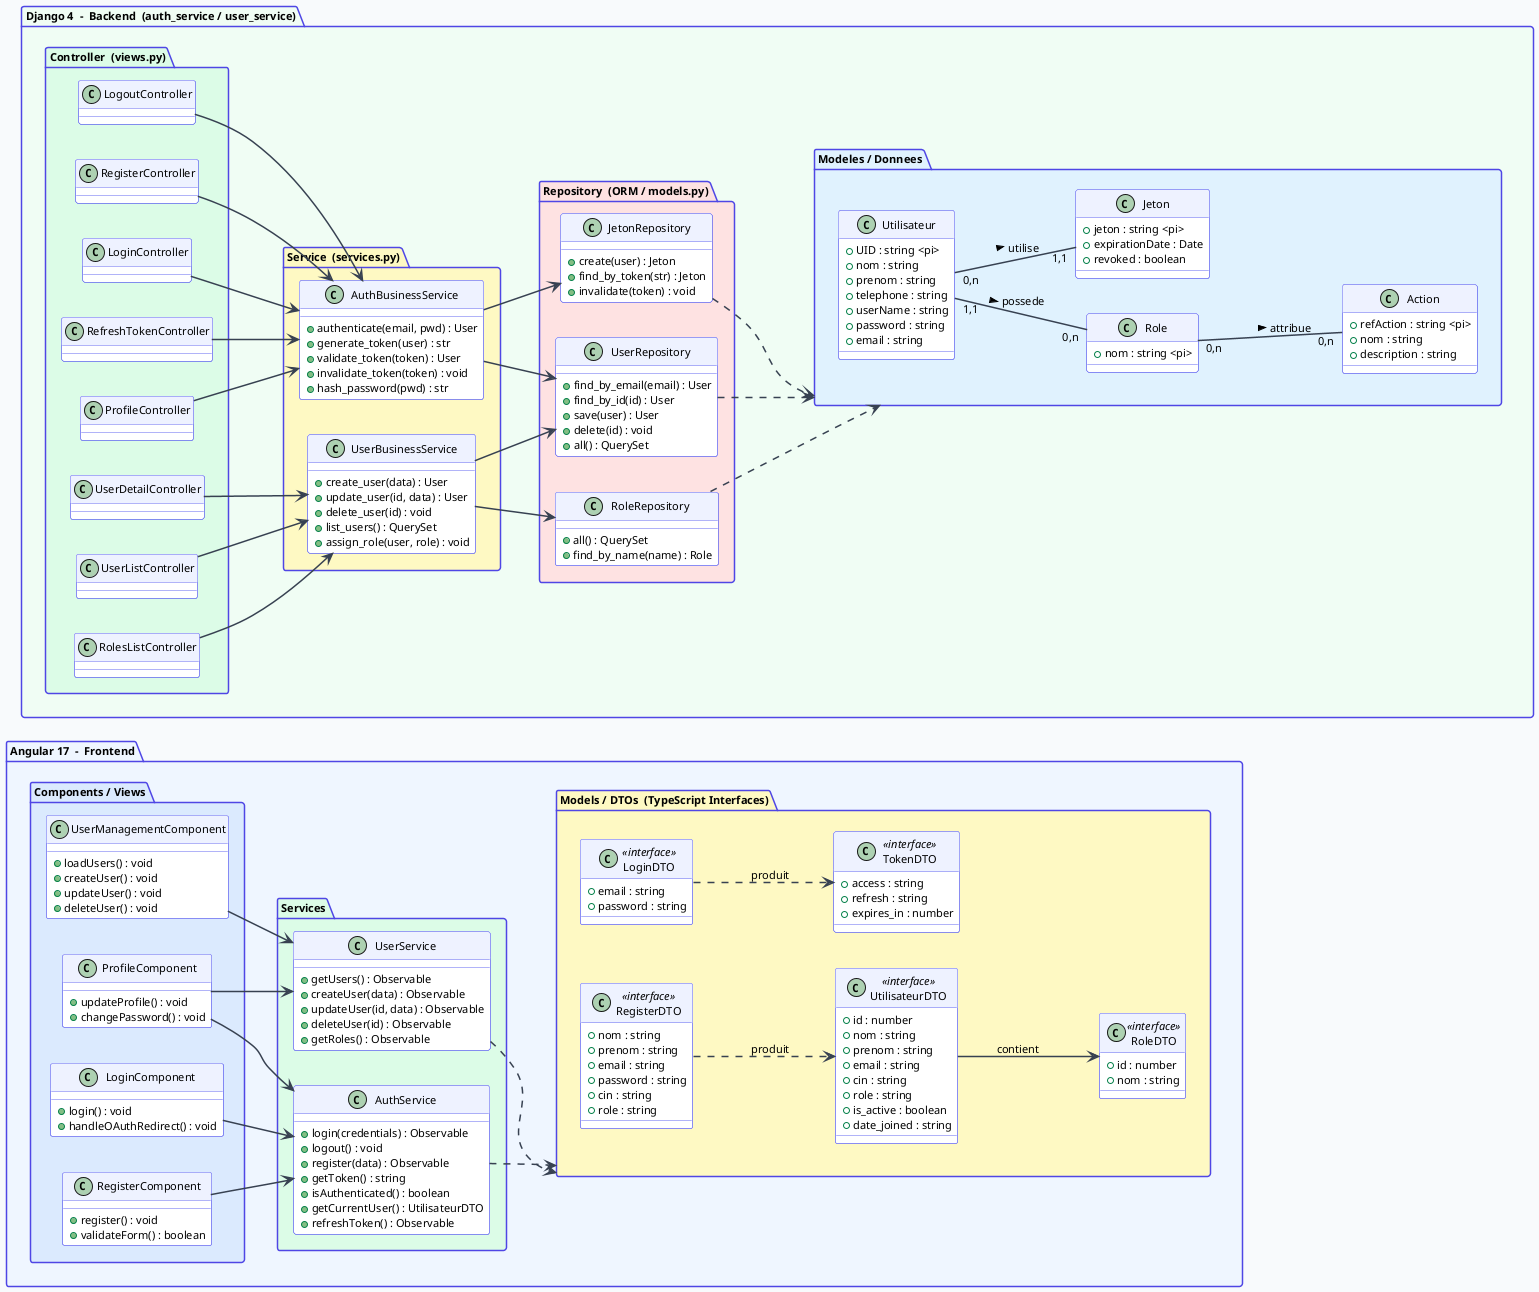
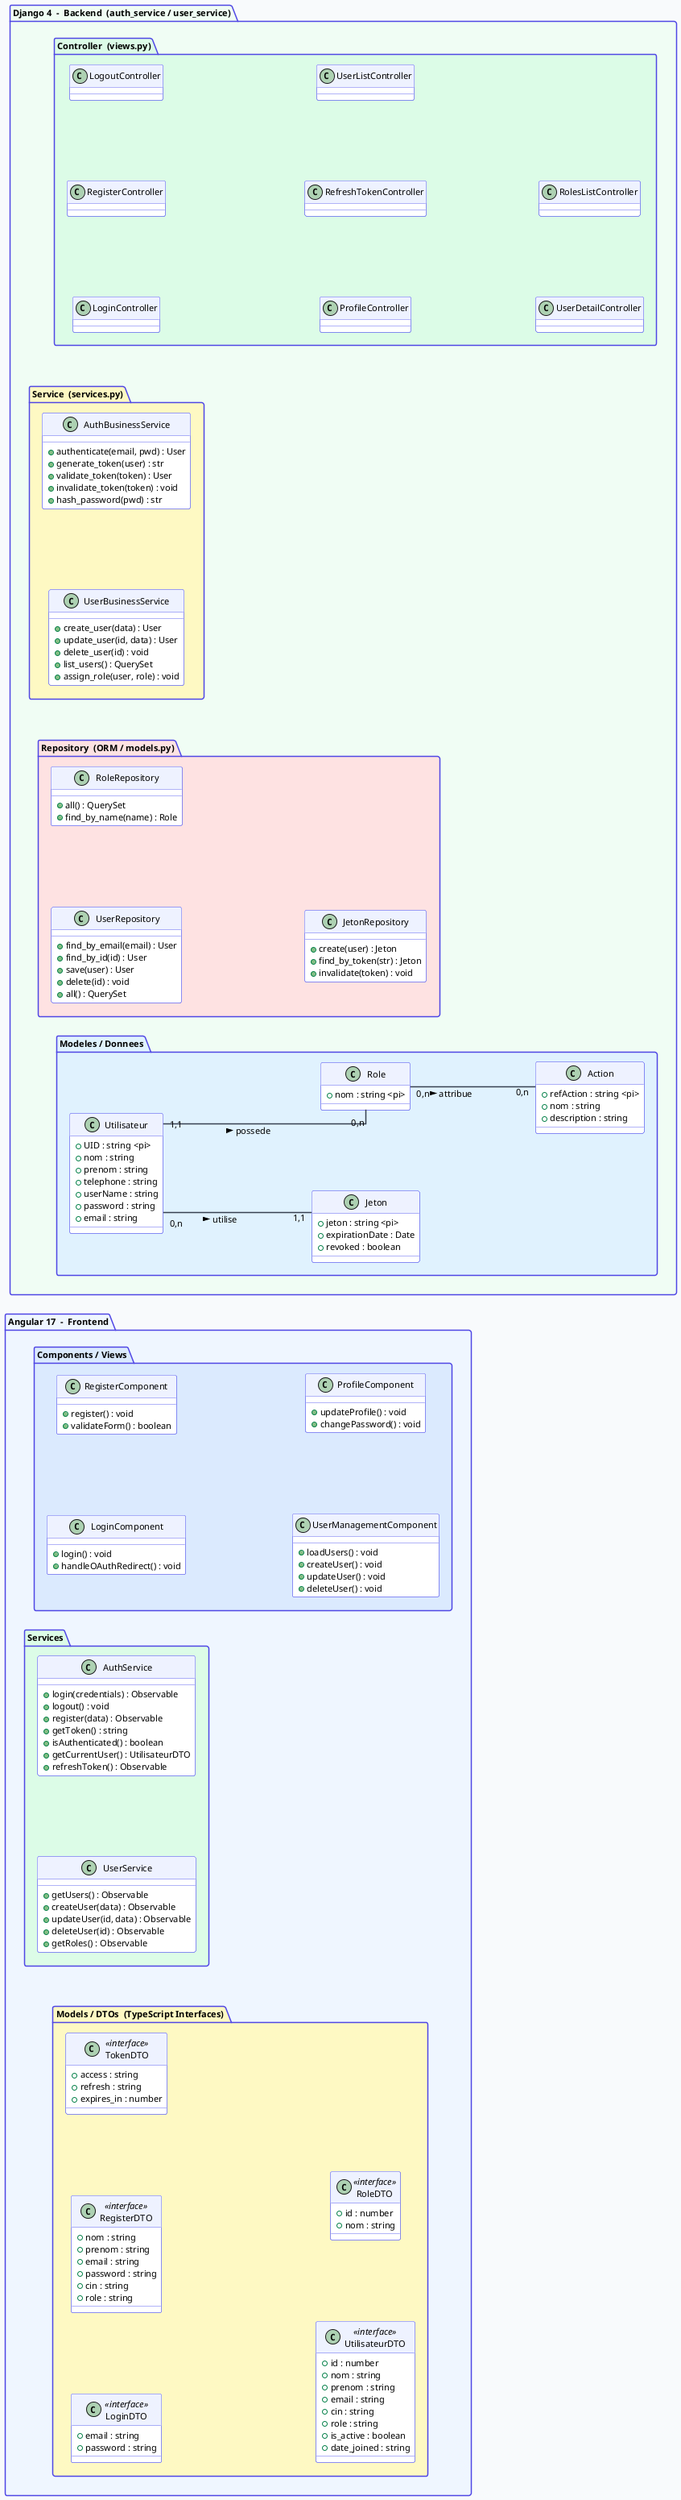
@startuml Sprint1_MVC_Authentification_Gestion_Utilisateurs
+ skinparam linetype ortho
+ skinparam nodesep 100
+ skinparam ranksep 120
skinparam defaultFontName "Segoe UI"
skinparam defaultFontSize 11
skinparam backgroundColor #F8FAFC
skinparam ArrowColor #374151
skinparam ArrowThickness 1.5
skinparam packageBorderColor #4F46E5
skinparam packageFontStyle bold
skinparam classBackgroundColor #FFFFFF
skinparam classBorderColor #6366F1
skinparam classHeaderBackgroundColor #EEF2FF

left to right direction

package "Angular 17  -  Frontend" as ANGULAR #EFF6FF {

  package "Components / Views" as AC #DBEAFE {
    class LoginComponent {
      + login() : void
      + handleOAuthRedirect() : void
    }
    class RegisterComponent {
      + register() : void
      + validateForm() : boolean
    }
    class UserManagementComponent {
      + loadUsers() : void
      + createUser() : void
      + updateUser() : void
      + deleteUser() : void
    }
    class ProfileComponent {
      + updateProfile() : void
      + changePassword() : void
    }
  }

  package "Services" as AS #DCFCE7 {
    class AuthService {
      + login(credentials) : Observable
      + logout() : void
      + register(data) : Observable
      + getToken() : string
      + isAuthenticated() : boolean
      + getCurrentUser() : UtilisateurDTO
      + refreshToken() : Observable
    }
    class UserService {
      + getUsers() : Observable
      + createUser(data) : Observable
      + updateUser(id, data) : Observable
      + deleteUser(id) : Observable
      + getRoles() : Observable
    }
  }

  package "Models / DTOs  (TypeScript Interfaces)" as AM #FEF9C3 {

    class LoginDTO <<interface>> {
      + email : string
      + password : string
    }

    class RegisterDTO <<interface>> {
      + nom : string
      + prenom : string
      + email : string
      + password : string
      + cin : string
      + role : string
    }

    class TokenDTO <<interface>> {
      + access : string
      + refresh : string
      + expires_in : number
    }

    class UtilisateurDTO <<interface>> {
      + id : number
      + nom : string
      + prenom : string
      + email : string
      + cin : string
      + role : string
      + is_active : boolean
      + date_joined : string
    }

    class RoleDTO <<interface>> {
      + id : number
      + nom : string
    }

-     LoginDTO ..> TokenDTO : produit
-     RegisterDTO ..> UtilisateurDTO : produit
-     UtilisateurDTO --> RoleDTO : contient
  }

}

package "Django 4  -  Backend  (auth_service / user_service)" as DJANGO #F0FDF4 {

  package "Controller  (views.py)" as DC #DCFCE7 {
    class "LoginController" as lv
    class "RegisterController" as rv
    class "LogoutController" as lov
    class "ProfileController" as pv
    class "RefreshTokenController" as rt
    class "UserListController" as ulc
    class "UserDetailController" as ud
    class "RolesListController" as rl
  }

  package "Service  (services.py)" as DS #FEF9C3 {
    class AuthBusinessService {
      + authenticate(email, pwd) : User
      + generate_token(user) : str
      + validate_token(token) : User
      + invalidate_token(token) : void
      + hash_password(pwd) : str
    }
    class UserBusinessService {
      + create_user(data) : User
      + update_user(id, data) : User
      + delete_user(id) : void
      + list_users() : QuerySet
      + assign_role(user, role) : void
    }
  }

  package "Repository  (ORM / models.py)" as DR #FEE2E2 {
    class UserRepository {
      + find_by_email(email) : User
      + find_by_id(id) : User
      + save(user) : User
      + delete(id) : void
      + all() : QuerySet
    }
    class RoleRepository {
      + all() : QuerySet
      + find_by_name(name) : Role
    }
    class JetonRepository {
      + create(user) : Jeton
      + find_by_token(str) : Jeton
      + invalidate(token) : void
    }
  }

  package "Modeles / Donnees" as MD #E0F2FE {

    class Utilisateur {
      + UID : string <pi>
      + nom : string
      + prenom : string
      + telephone : string
      + userName : string
      + password : string
      + email : string
    }

    class Jeton {
      + jeton : string <pi>
      + expirationDate : Date
      + revoked : boolean
    }

    class Role {
      + nom : string <pi>
    }

    class Action {
      + refAction : string <pi>
      + nom : string
      + description : string
    }

    ' ---- Relations et Cardinalites ----

    Utilisateur "0,n" -- "1,1" Jeton : utilise >
    Utilisateur "1,1" -- "0,n" Role : possede >
    Role "0,n" -- "0,n" Action : attribue >

  }

}

- ' Angular internal
- LoginComponent --> AuthService
- RegisterComponent --> AuthService
- UserManagementComponent --> UserService
- ProfileComponent --> AuthService
- ProfileComponent --> UserService
- AuthService ..> AM
- UserService ..> AM
- 
- ' Django internal
- lv --> AuthBusinessService
- rv --> AuthBusinessService
- lov --> AuthBusinessService
- pv --> AuthBusinessService
- rt --> AuthBusinessService
- ulc --> UserBusinessService
- ud --> UserBusinessService
- rl --> UserBusinessService
- 
- AuthBusinessService --> UserRepository
- AuthBusinessService --> JetonRepository
- UserBusinessService --> UserRepository
- UserBusinessService --> RoleRepository
- 
- UserRepository ..> MD
- RoleRepository ..> MD
- JetonRepository ..> MD
- 
@enduml
